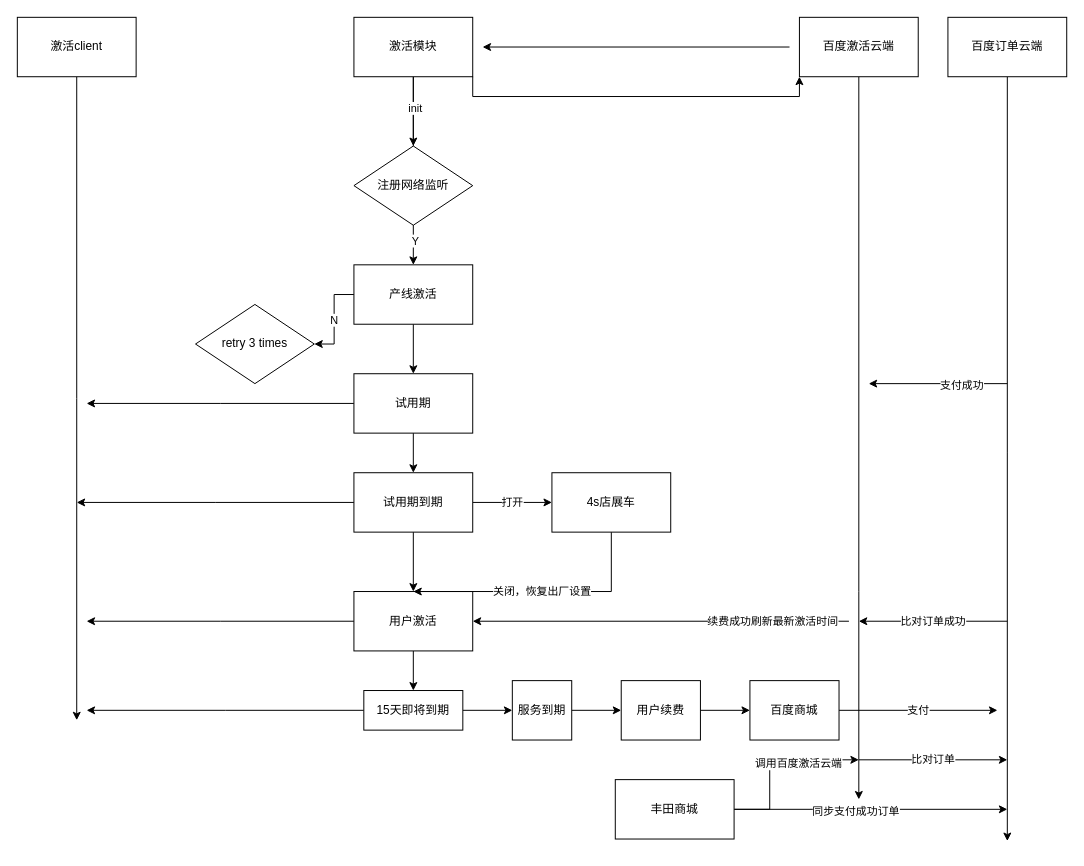
Before: Untitled Diagram.drawio in kangshifu/cola, a draw.io diagram. Source tidied: cells renumbered, new cells numbered last; positions are measured from the earlier drawing's top-left corner, leaving out a move shared by most shapes. Both pictures are drawn from the tidied source at 99%, with x=0, y=0 at pixel (17, 17).
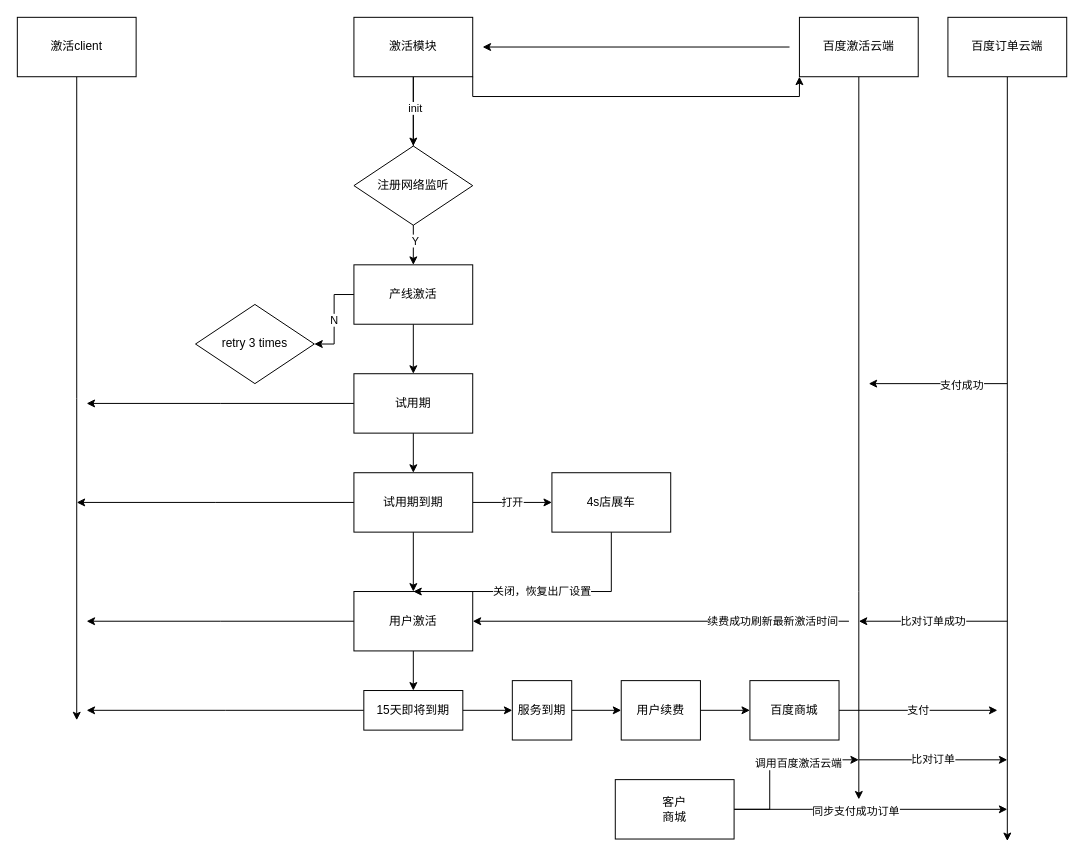
Above is the later version.

What changed in the source:
```diff
@@
-    <mxCell id="44" value="丰田商城" style="whiteSpace=wrap;html=1;" parent="1" vertex="1">
+    <mxCell id="44" value="客户&lt;br&gt;商城" style="whiteSpace=wrap;html=1;" parent="1" vertex="1">
       <mxGeometry x="604" y="770" width="120" height="60" as="geometry" />
     </mxCell>
```
